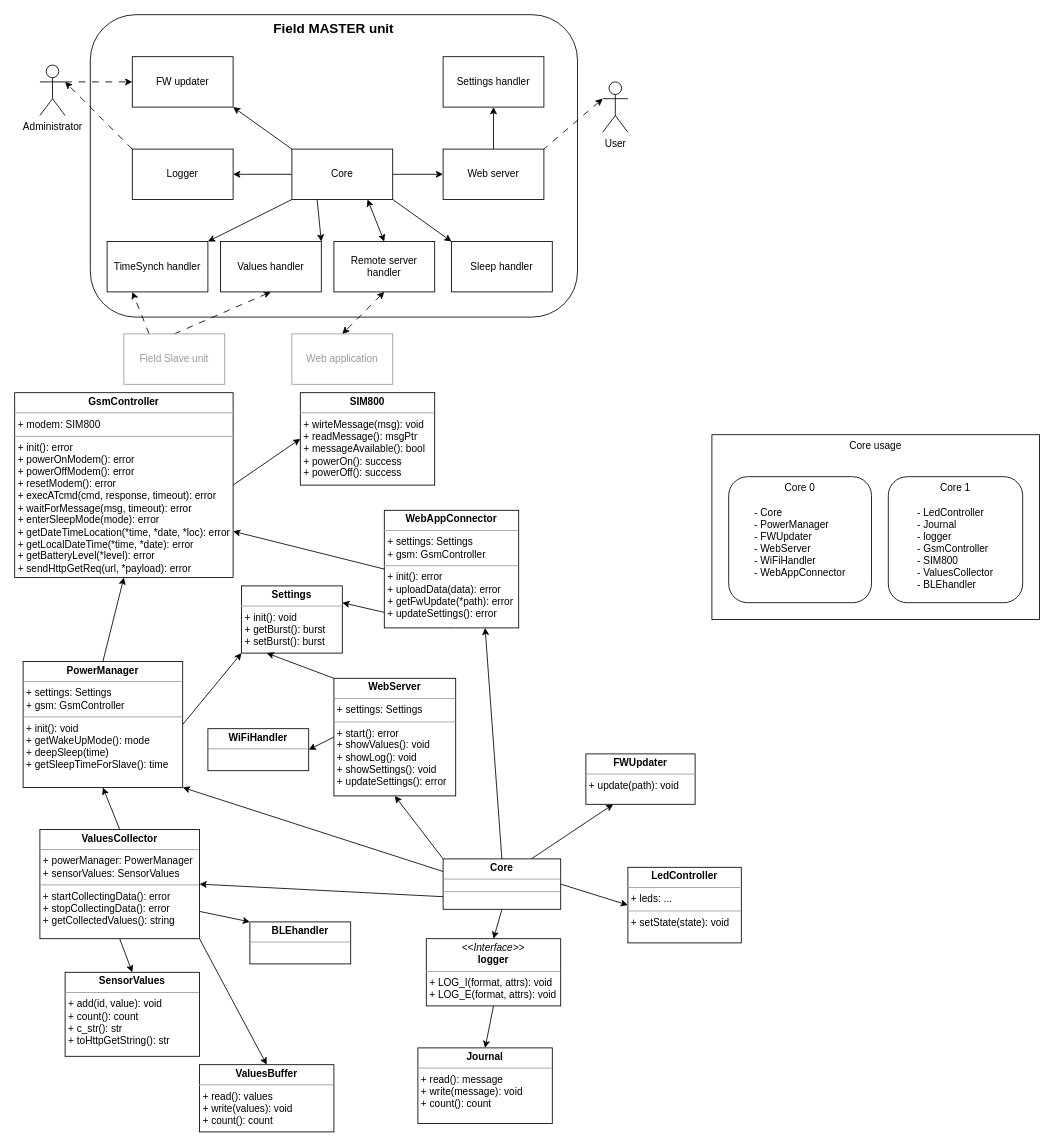
The draw.io diagram page "Master unit" (7 of 7) of docs/Apiary_charts_and_views.drawio in Barabas19/Apiary_system, before the edit. Source tidied: cells renumbered, new cells numbered last; positions are measured from the earlier drawing's top-left corner, leaving out a move shared by most shapes. Both pictures are drawn from the tidied source at 84%, with x=0, y=0 at pixel (14, 14).
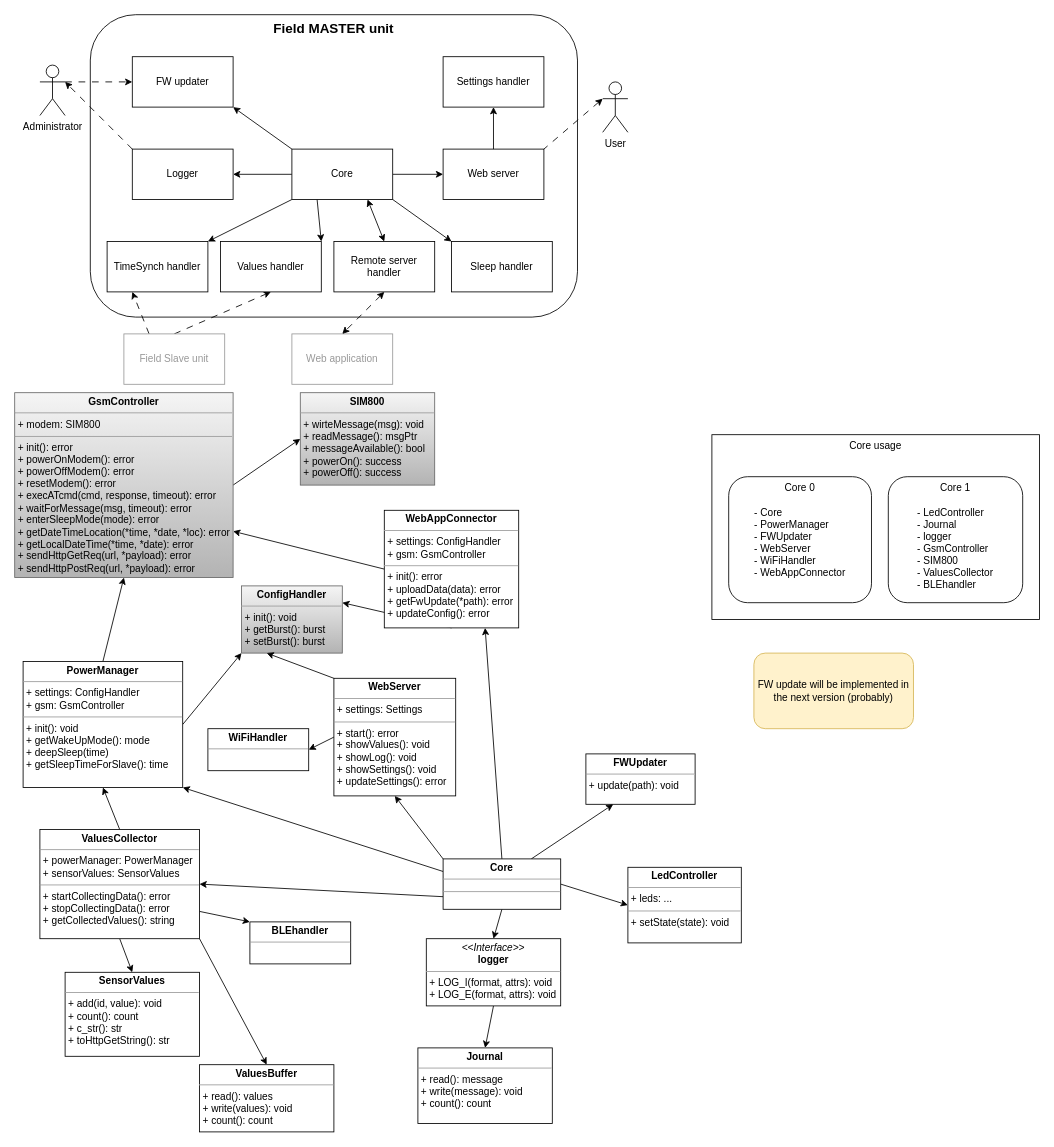
Above is the later version.

Commit message:
Update master unit design

What changed in the source:
```diff
@@
-    <mxCell id="30" value="&lt;p style=&quot;margin:0px;margin-top:4px;text-align:center;&quot;&gt;&lt;b&gt;SIM800&lt;/b&gt;&lt;/p&gt;&lt;hr size=&quot;1&quot;&gt;&lt;p style=&quot;margin:0px;margin-left:4px;&quot;&gt;&lt;/p&gt;&lt;p style=&quot;margin:0px;margin-left:4px;&quot;&gt;+ wirteMessage(msg): void&lt;/p&gt;&lt;p style=&quot;margin:0px;margin-left:4px;&quot;&gt;+ readMessage(): msgPtr&lt;/p&gt;&lt;p style=&quot;margin:0px;margin-left:4px;&quot;&gt;+ messageAvailable(): bool&lt;/p&gt;&lt;p style=&quot;margin:0px;margin-left:4px;&quot;&gt;+ powerOn(): success&lt;/p&gt;&lt;p style=&quot;margin:0px;margin-left:4px;&quot;&gt;+ powerOff(): success&lt;/p&gt;" style="verticalAlign=top;align=left;overflow=fill;fontSize=12;fontFamily=Helvetica;html=1;whiteSpace=wrap;" parent="1" vertex="1">
+    <mxCell id="30" value="&lt;p style=&quot;margin:0px;margin-top:4px;text-align:center;&quot;&gt;&lt;b&gt;SIM800&lt;/b&gt;&lt;/p&gt;&lt;hr size=&quot;1&quot;&gt;&lt;p style=&quot;margin:0px;margin-left:4px;&quot;&gt;&lt;/p&gt;&lt;p style=&quot;margin:0px;margin-left:4px;&quot;&gt;+ wirteMessage(msg): void&lt;/p&gt;&lt;p style=&quot;margin:0px;margin-left:4px;&quot;&gt;+ readMessage(): msgPtr&lt;/p&gt;&lt;p style=&quot;margin:0px;margin-left:4px;&quot;&gt;+ messageAvailable(): bool&lt;/p&gt;&lt;p style=&quot;margin:0px;margin-left:4px;&quot;&gt;+ powerOn(): success&lt;/p&gt;&lt;p style=&quot;margin:0px;margin-left:4px;&quot;&gt;+ powerOff(): success&lt;/p&gt;" style="verticalAlign=top;align=left;overflow=fill;fontSize=12;fontFamily=Helvetica;html=1;whiteSpace=wrap;fillColor=#f5f5f5;strokeColor=#666666;gradientColor=#b3b3b3;" parent="1" vertex="1">
       <mxGeometry x="340" y="450" width="160" height="110" as="geometry" />
     </mxCell>
@@
-    <mxCell id="34" value="&lt;p style=&quot;margin:0px;margin-top:4px;text-align:center;&quot;&gt;&lt;b&gt;GsmController&lt;/b&gt;&lt;/p&gt;&lt;hr size=&quot;1&quot;&gt;&lt;p style=&quot;margin:0px;margin-left:4px;&quot;&gt;+ modem: SIM800&lt;/p&gt;&lt;hr size=&quot;1&quot;&gt;&lt;p style=&quot;margin:0px;margin-left:4px;&quot;&gt;+ init(): error&lt;/p&gt;&lt;p style=&quot;margin:0px;margin-left:4px;&quot;&gt;+ powerOnModem(): error&lt;/p&gt;&lt;p style=&quot;margin:0px;margin-left:4px;&quot;&gt;+ powerOffModem(): error&lt;/p&gt;&lt;p style=&quot;margin:0px;margin-left:4px;&quot;&gt;+ resetModem(): error&lt;/p&gt;&lt;p style=&quot;margin:0px;margin-left:4px;&quot;&gt;+ execATcmd(cmd, response, timeout): error&lt;/p&gt;&lt;p style=&quot;margin:0px;margin-left:4px;&quot;&gt;+ waitForMessage(msg, timeout): error&lt;/p&gt;&lt;p style=&quot;margin:0px;margin-left:4px;&quot;&gt;+ enterSleepMode(mode): error&lt;/p&gt;&lt;p style=&quot;margin:0px;margin-left:4px;&quot;&gt;+ getDateTimeLocation(*time, *date, *loc): error&lt;/p&gt;&lt;p style=&quot;margin:0px;margin-left:4px;&quot;&gt;+ getLocalDateTime(*time, *date): error&lt;/p&gt;&lt;p style=&quot;margin:0px;margin-left:4px;&quot;&gt;+ getBatteryLevel(*level): error&lt;/p&gt;&lt;p style=&quot;margin:0px;margin-left:4px;&quot;&gt;+ sendHttpGetReq(url, *payload): error&lt;/p&gt;" style="verticalAlign=top;align=left;overflow=fill;fontSize=12;fontFamily=Helvetica;html=1;whiteSpace=wrap;" parent="1" vertex="1">
+    <mxCell id="34" value="&lt;p style=&quot;margin:0px;margin-top:4px;text-align:center;&quot;&gt;&lt;b&gt;GsmController&lt;/b&gt;&lt;/p&gt;&lt;hr size=&quot;1&quot;&gt;&lt;p style=&quot;margin:0px;margin-left:4px;&quot;&gt;+ modem: SIM800&lt;/p&gt;&lt;hr size=&quot;1&quot;&gt;&lt;p style=&quot;margin:0px;margin-left:4px;&quot;&gt;+ init(): error&lt;/p&gt;&lt;p style=&quot;margin:0px;margin-left:4px;&quot;&gt;+ powerOnModem(): error&lt;/p&gt;&lt;p style=&quot;margin:0px;margin-left:4px;&quot;&gt;+ powerOffModem(): error&lt;/p&gt;&lt;p style=&quot;margin:0px;margin-left:4px;&quot;&gt;+ resetModem(): error&lt;/p&gt;&lt;p style=&quot;margin:0px;margin-left:4px;&quot;&gt;+ execATcmd(cmd, response, timeout): error&lt;/p&gt;&lt;p style=&quot;margin:0px;margin-left:4px;&quot;&gt;+ waitForMessage(msg, timeout): error&lt;/p&gt;&lt;p style=&quot;margin:0px;margin-left:4px;&quot;&gt;+ enterSleepMode(mode): error&lt;/p&gt;&lt;p style=&quot;margin:0px;margin-left:4px;&quot;&gt;+ getDateTimeLocation(*time, *date, *loc): error&lt;/p&gt;&lt;p style=&quot;margin:0px;margin-left:4px;&quot;&gt;+ getLocalDateTime(*time, *date): error&lt;/p&gt;&lt;p style=&quot;margin:0px;margin-left:4px;&quot;&gt;&lt;span style=&quot;background-color: initial;&quot;&gt;+ sendHttpGetReq(url, *payload): error&lt;/span&gt;&lt;br&gt;&lt;/p&gt;&lt;p style=&quot;margin:0px;margin-left:4px;&quot;&gt;+ sendHttpPostReq(url, *payload): error&lt;span style=&quot;background-color: initial;&quot;&gt;&lt;br&gt;&lt;/span&gt;&lt;/p&gt;" style="verticalAlign=top;align=left;overflow=fill;fontSize=12;fontFamily=Helvetica;html=1;whiteSpace=wrap;fillColor=#f5f5f5;strokeColor=#666666;gradientColor=#b3b3b3;" parent="1" vertex="1">
       <mxGeometry y="450" width="260" height="220" as="geometry" />
     </mxCell>
@@
-    <mxCell id="37" value="&lt;p style=&quot;margin:0px;margin-top:4px;text-align:center;&quot;&gt;&lt;b&gt;WebAppConnector&lt;/b&gt;&lt;/p&gt;&lt;hr size=&quot;1&quot;&gt;&lt;p style=&quot;margin:0px;margin-left:4px;&quot;&gt;+ settings: Settings&lt;br&gt;&lt;/p&gt;&lt;p style=&quot;margin:0px;margin-left:4px;&quot;&gt;+ gsm: GsmController&lt;/p&gt;&lt;hr size=&quot;1&quot;&gt;&lt;p style=&quot;margin:0px;margin-left:4px;&quot;&gt;+ init(): error&lt;/p&gt;&lt;p style=&quot;margin:0px;margin-left:4px;&quot;&gt;+ uploadData(data): error&lt;/p&gt;&lt;p style=&quot;margin:0px;margin-left:4px;&quot;&gt;+ getFwUpdate(*path): error&lt;/p&gt;&lt;p style=&quot;margin:0px;margin-left:4px;&quot;&gt;+ updateSettings(): error&amp;nbsp;&lt;/p&gt;" style="verticalAlign=top;align=left;overflow=fill;fontSize=12;fontFamily=Helvetica;html=1;whiteSpace=wrap;" parent="1" vertex="1">
+    <mxCell id="37" value="&lt;p style=&quot;margin:0px;margin-top:4px;text-align:center;&quot;&gt;&lt;b&gt;WebApp&lt;/b&gt;&lt;b style=&quot;background-color: initial;&quot;&gt;Connector&lt;/b&gt;&lt;/p&gt;&lt;hr size=&quot;1&quot;&gt;&lt;p style=&quot;margin:0px;margin-left:4px;&quot;&gt;+ settings: ConfigHandler&lt;br&gt;&lt;/p&gt;&lt;p style=&quot;margin:0px;margin-left:4px;&quot;&gt;+ gsm: GsmController&lt;/p&gt;&lt;hr size=&quot;1&quot;&gt;&lt;p style=&quot;margin:0px;margin-left:4px;&quot;&gt;+ init(): error&lt;/p&gt;&lt;p style=&quot;margin:0px;margin-left:4px;&quot;&gt;+ uploadData(data): error&lt;/p&gt;&lt;p style=&quot;margin:0px;margin-left:4px;&quot;&gt;+ getFwUpdate(*path): error&lt;/p&gt;&lt;p style=&quot;margin:0px;margin-left:4px;&quot;&gt;+ updateConfig(): error&amp;nbsp;&lt;/p&gt;" style="verticalAlign=top;align=left;overflow=fill;fontSize=12;fontFamily=Helvetica;html=1;whiteSpace=wrap;" parent="1" vertex="1">
       <mxGeometry x="440" y="590" width="160" height="140" as="geometry" />
     </mxCell>
@@
-    <mxCell id="40" value="&lt;p style=&quot;margin:0px;margin-top:4px;text-align:center;&quot;&gt;&lt;b&gt;PowerManager&lt;/b&gt;&lt;/p&gt;&lt;hr size=&quot;1&quot;&gt;&lt;p style=&quot;margin:0px;margin-left:4px;&quot;&gt;+ settings: Settings&lt;/p&gt;&lt;p style=&quot;margin:0px;margin-left:4px;&quot;&gt;+ gsm: GsmController&lt;/p&gt;&lt;hr size=&quot;1&quot;&gt;&lt;p style=&quot;margin:0px;margin-left:4px;&quot;&gt;+ init(): void&lt;/p&gt;&lt;p style=&quot;margin:0px;margin-left:4px;&quot;&gt;+ getWakeUpMode(): mode&lt;/p&gt;&lt;p style=&quot;margin:0px;margin-left:4px;&quot;&gt;+ deepSleep(time)&lt;/p&gt;&lt;p style=&quot;margin:0px;margin-left:4px;&quot;&gt;+ getSleepTimeForSlave(): time&lt;/p&gt;" style="verticalAlign=top;align=left;overflow=fill;fontSize=12;fontFamily=Helvetica;html=1;whiteSpace=wrap;" parent="1" vertex="1">
+    <mxCell id="40" value="&lt;p style=&quot;margin:0px;margin-top:4px;text-align:center;&quot;&gt;&lt;b&gt;PowerManager&lt;/b&gt;&lt;/p&gt;&lt;hr size=&quot;1&quot;&gt;&lt;p style=&quot;margin:0px;margin-left:4px;&quot;&gt;+ settings: ConfigHandler&lt;/p&gt;&lt;p style=&quot;margin:0px;margin-left:4px;&quot;&gt;+ gsm: GsmController&lt;/p&gt;&lt;hr size=&quot;1&quot;&gt;&lt;p style=&quot;margin:0px;margin-left:4px;&quot;&gt;+ init(): void&lt;/p&gt;&lt;p style=&quot;margin:0px;margin-left:4px;&quot;&gt;+ getWakeUpMode(): mode&lt;/p&gt;&lt;p style=&quot;margin:0px;margin-left:4px;&quot;&gt;+ deepSleep(time)&lt;/p&gt;&lt;p style=&quot;margin:0px;margin-left:4px;&quot;&gt;+ getSleepTimeForSlave(): time&lt;/p&gt;" style="verticalAlign=top;align=left;overflow=fill;fontSize=12;fontFamily=Helvetica;html=1;whiteSpace=wrap;" parent="1" vertex="1">
       <mxGeometry x="10" y="770" width="190" height="150" as="geometry" />
     </mxCell>
-    <mxCell id="41" value="&lt;p style=&quot;margin:0px;margin-top:4px;text-align:center;&quot;&gt;&lt;b&gt;Settings&lt;/b&gt;&lt;/p&gt;&lt;hr size=&quot;1&quot;&gt;&lt;p style=&quot;margin:0px;margin-left:4px;&quot;&gt;&lt;/p&gt;&lt;p style=&quot;margin:0px;margin-left:4px;&quot;&gt;+ init(): void&lt;/p&gt;&lt;p style=&quot;margin:0px;margin-left:4px;&quot;&gt;+ getBurst(): burst&lt;/p&gt;&lt;p style=&quot;margin:0px;margin-left:4px;&quot;&gt;+ setBurst(): burst&lt;br&gt;&lt;/p&gt;" style="verticalAlign=top;align=left;overflow=fill;fontSize=12;fontFamily=Helvetica;html=1;whiteSpace=wrap;" parent="1" vertex="1">
+    <mxCell id="41" value="&lt;p style=&quot;margin:0px;margin-top:4px;text-align:center;&quot;&gt;&lt;b&gt;ConfigHandler&lt;/b&gt;&lt;/p&gt;&lt;hr size=&quot;1&quot;&gt;&lt;p style=&quot;margin:0px;margin-left:4px;&quot;&gt;&lt;/p&gt;&lt;p style=&quot;margin:0px;margin-left:4px;&quot;&gt;+ init(): void&lt;/p&gt;&lt;p style=&quot;margin:0px;margin-left:4px;&quot;&gt;+ getBurst(): burst&lt;/p&gt;&lt;p style=&quot;margin:0px;margin-left:4px;&quot;&gt;+ setBurst(): burst&lt;br&gt;&lt;/p&gt;" style="verticalAlign=top;align=left;overflow=fill;fontSize=12;fontFamily=Helvetica;html=1;whiteSpace=wrap;fillColor=#f5f5f5;strokeColor=#666666;gradientColor=#b3b3b3;" parent="1" vertex="1">
       <mxGeometry x="270" y="680" width="120" height="80" as="geometry" />
     </mxCell>
@@
+    <mxCell id="69" value="FW update will be implemented in the next version (probably)" style="rounded=1;whiteSpace=wrap;html=1;fillColor=#fff2cc;strokeColor=#d6b656;" parent="1" vertex="1">
+      <mxGeometry x="880" y="760" width="190" height="90" as="geometry" />
+    </mxCell>
```
